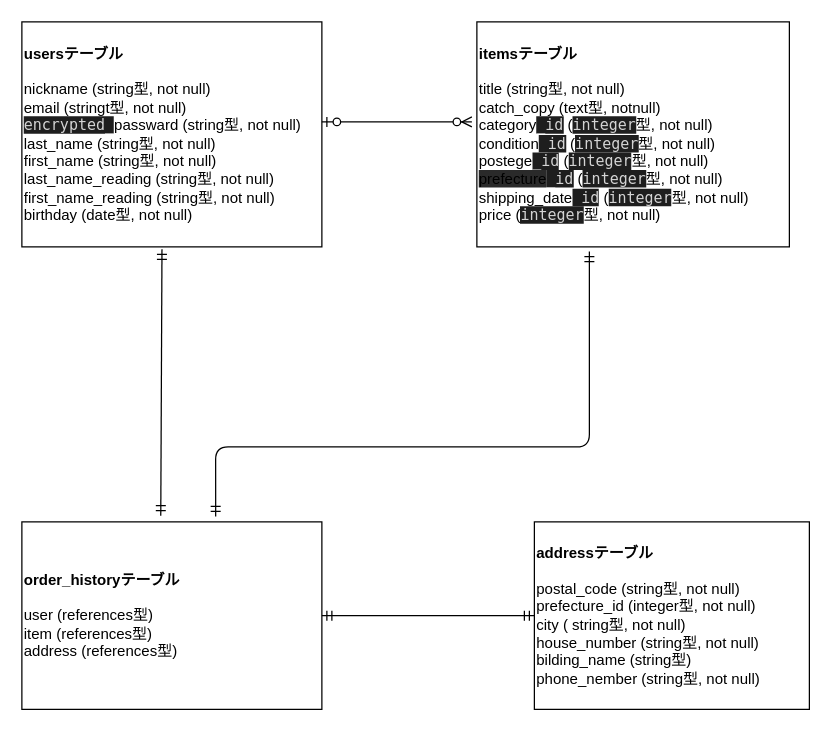
Before: furima-36558.dio in kie-yoshinaga/furima-36558, a draw.io diagram. Source tidied: cells renumbered, new cells numbered last; positions are measured from the earlier drawing's top-left corner, leaving out a move shared by most shapes. Both pictures are drawn from the tidied source at 125%, with x=0, y=0 at pixel (21, 21).
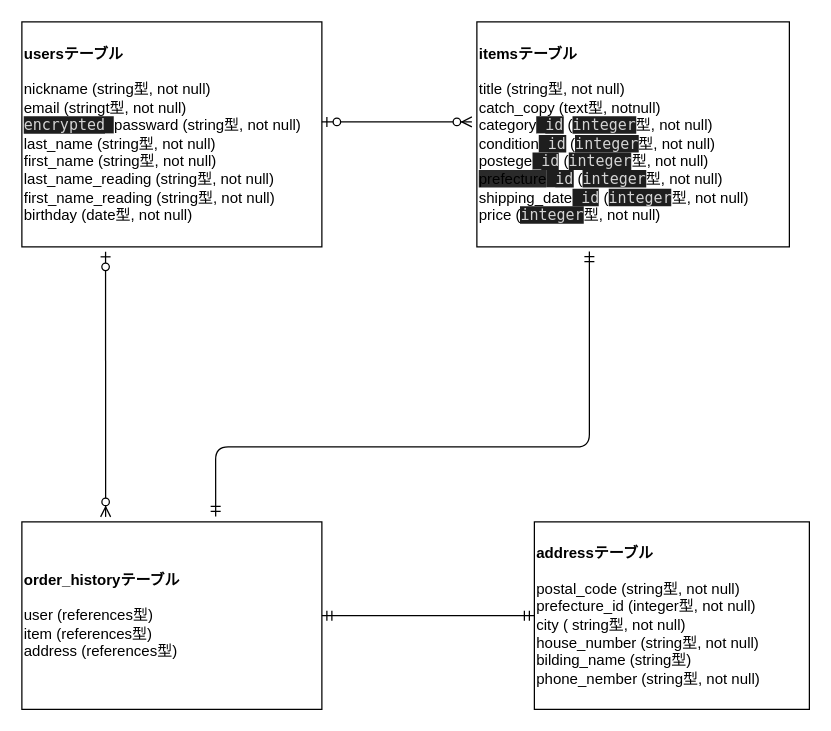
Above is the later version.

The edit, as a diff of the source:
```diff
@@
 <mxGraphModel>
   <root>
     <mxCell id="0" />
     <mxCell id="1" parent="0" />
     <mxCell id="2" value="&lt;b&gt;usersテーブル&lt;br&gt;&lt;/b&gt;&lt;br&gt;nickname (string型, not null)&lt;br&gt;email (stringt型, not null)&lt;br&gt;&lt;span style=&quot;background-color: rgb(30 , 30 , 30) ; color: rgb(212 , 212 , 212) ; font-family: &amp;#34;menlo&amp;#34; , &amp;#34;monaco&amp;#34; , &amp;#34;courier new&amp;#34; , monospace&quot;&gt;encrypted_&lt;/span&gt;passward (string型, not null)&lt;br&gt;last_name (string型, not null)&lt;br&gt;first_name (string型, not null)&lt;br&gt;last_name_reading (string型, not null)&lt;br&gt;first_name_reading (string型, not null)&lt;br&gt;&lt;div&gt;&lt;span&gt;birthday (date型, not null)&lt;/span&gt;&lt;/div&gt;" style="rounded=0;whiteSpace=wrap;html=1;align=left;" parent="1" vertex="1">
       <mxGeometry width="240" height="180" as="geometry" />
     </mxCell>
     <mxCell id="3" value="&lt;b&gt;itemsテーブル&lt;/b&gt;&lt;br&gt;&lt;br&gt;title (string型, not null)&lt;br&gt;catch_copy (text型, notnull)&lt;br&gt;category&lt;span style=&quot;background-color: rgb(30 , 30 , 30) ; color: rgb(212 , 212 , 212) ; font-family: &amp;#34;menlo&amp;#34; , &amp;#34;monaco&amp;#34; , &amp;#34;courier new&amp;#34; , monospace&quot;&gt;_id&lt;/span&gt;&amp;nbsp;(&lt;span style=&quot;background-color: rgb(30 , 30 , 30) ; color: rgb(212 , 212 , 212) ; font-family: &amp;#34;menlo&amp;#34; , &amp;#34;monaco&amp;#34; , &amp;#34;courier new&amp;#34; , monospace&quot;&gt;integer&lt;/span&gt;型, not null)&lt;br&gt;condition&lt;span style=&quot;background-color: rgb(30 , 30 , 30) ; color: rgb(212 , 212 , 212) ; font-family: &amp;#34;menlo&amp;#34; , &amp;#34;monaco&amp;#34; , &amp;#34;courier new&amp;#34; , monospace&quot;&gt;_id&lt;/span&gt;&amp;nbsp;(&lt;span style=&quot;background-color: rgb(30 , 30 , 30) ; color: rgb(212 , 212 , 212) ; font-family: &amp;#34;menlo&amp;#34; , &amp;#34;monaco&amp;#34; , &amp;#34;courier new&amp;#34; , monospace&quot;&gt;integer&lt;/span&gt;型, not null)&lt;br&gt;postege&lt;span style=&quot;background-color: rgb(30 , 30 , 30) ; color: rgb(212 , 212 , 212) ; font-family: &amp;#34;menlo&amp;#34; , &amp;#34;monaco&amp;#34; , &amp;#34;courier new&amp;#34; , monospace&quot;&gt;_id&lt;/span&gt;&amp;nbsp;(&lt;span style=&quot;background-color: rgb(30 , 30 , 30) ; color: rgb(212 , 212 , 212) ; font-family: &amp;#34;menlo&amp;#34; , &amp;#34;monaco&amp;#34; , &amp;#34;courier new&amp;#34; , monospace&quot;&gt;integer&lt;/span&gt;型, not null)&lt;br&gt;&lt;span style=&quot;background-color: rgb(42 , 42 , 42)&quot;&gt;prefecture&lt;/span&gt;&lt;span style=&quot;background-color: rgb(30 , 30 , 30) ; color: rgb(212 , 212 , 212) ; font-family: &amp;#34;menlo&amp;#34; , &amp;#34;monaco&amp;#34; , &amp;#34;courier new&amp;#34; , monospace&quot;&gt;_id&lt;/span&gt;&amp;nbsp;(&lt;span style=&quot;background-color: rgb(30 , 30 , 30) ; color: rgb(212 , 212 , 212) ; font-family: &amp;#34;menlo&amp;#34; , &amp;#34;monaco&amp;#34; , &amp;#34;courier new&amp;#34; , monospace&quot;&gt;integer&lt;/span&gt;型, not null)&lt;br&gt;shipping_date&lt;span style=&quot;background-color: rgb(30 , 30 , 30) ; color: rgb(212 , 212 , 212) ; font-family: &amp;#34;menlo&amp;#34; , &amp;#34;monaco&amp;#34; , &amp;#34;courier new&amp;#34; , monospace&quot;&gt;_id&lt;/span&gt;&amp;nbsp;(&lt;span style=&quot;background-color: rgb(30 , 30 , 30) ; color: rgb(212 , 212 , 212) ; font-family: &amp;#34;menlo&amp;#34; , &amp;#34;monaco&amp;#34; , &amp;#34;courier new&amp;#34; , monospace&quot;&gt;integer&lt;/span&gt;型, not null)&lt;br&gt;price (&lt;span style=&quot;background-color: rgb(30 , 30 , 30) ; color: rgb(212 , 212 , 212) ; font-family: &amp;#34;menlo&amp;#34; , &amp;#34;monaco&amp;#34; , &amp;#34;courier new&amp;#34; , monospace&quot;&gt;integer&lt;/span&gt;型, not null)" style="rounded=0;whiteSpace=wrap;html=1;align=left;" parent="1" vertex="1">
       <mxGeometry x="364" width="250" height="180" as="geometry" />
     </mxCell>
     <mxCell id="4" value="&lt;b&gt;order_historyテーブル&lt;/b&gt;&lt;br&gt;&lt;br&gt;user (references型)&lt;br&gt;item (references型)&lt;br&gt;address (references型)" style="rounded=0;whiteSpace=wrap;html=1;align=left;" parent="1" vertex="1">
       <mxGeometry y="400" width="240" height="150" as="geometry" />
     </mxCell>
     <mxCell id="5" value="&lt;b&gt;addressテーブル&lt;/b&gt;&lt;br&gt;&lt;br&gt;postal_code (string型, not null)&lt;br&gt;prefecture_id (integer型, not null)&lt;br&gt;city ( string型, not null)&lt;br&gt;house_number (string型, not null)&lt;br&gt;bilding_name (string型)&lt;br&gt;phone_nember (string型, not null)" style="rounded=0;whiteSpace=wrap;html=1;align=left;" parent="1" vertex="1">
       <mxGeometry x="410" y="400" width="220" height="150" as="geometry" />
     </mxCell>
     <mxCell id="6" style="edgeStyle=entityRelationEdgeStyle;fontSize=12;html=1;endArrow=ERzeroToMany;startArrow=ERzeroToOne;" parent="1" edge="1">
       <mxGeometry relative="1" as="geometry">
         <mxPoint x="240" y="80" as="sourcePoint" />
         <mxPoint x="360" y="80" as="targetPoint" />
       </mxGeometry>
     </mxCell>
     <mxCell id="7" style="edgeStyle=entityRelationEdgeStyle;fontSize=12;html=1;endArrow=ERmandOne;startArrow=ERmandOne;exitX=1;exitY=0.5;exitDx=0;exitDy=0;entryX=0;entryY=0.5;entryDx=0;entryDy=0;" parent="1" edge="1" source="4" target="5">
       <mxGeometry relative="1" as="geometry" />
     </mxCell>
     <mxCell id="8" style="edgeStyle=orthogonalEdgeStyle;fontSize=12;html=1;endArrow=ERmandOne;startArrow=ERmandOne;exitX=0.646;exitY=-0.029;exitDx=0;exitDy=0;exitPerimeter=0;entryX=0.36;entryY=1.021;entryDx=0;entryDy=0;entryPerimeter=0;" parent="1" edge="1" source="4" target="3">
       <mxGeometry relative="1" as="geometry">
         <Array as="points">
           <mxPoint x="155" y="340" />
           <mxPoint x="454" y="340" />
         </Array>
       </mxGeometry>
     </mxCell>
-    <mxCell id="9" style="fontSize=12;html=1;endArrow=ERmandOne;startArrow=ERmandOne;entryX=0.467;entryY=1.011;entryDx=0;entryDy=0;entryPerimeter=0;exitX=0.463;exitY=-0.033;exitDx=0;exitDy=0;exitPerimeter=0;" parent="1" edge="1" source="4" target="2">
-      <mxGeometry relative="1" as="geometry" />
-    </mxCell>
+    <mxCell id="10" style="fontSize=12;html=1;endArrow=ERzeroToMany;startArrow=ERzeroToOne;exitX=0.279;exitY=1.022;exitDx=0;exitDy=0;exitPerimeter=0;" parent="1" edge="1" source="2">
+      <mxGeometry relative="1" as="geometry">
+        <mxPoint x="67" y="396" as="targetPoint" />
+      </mxGeometry>
+    </mxCell>
   </root>
 </mxGraphModel>
```
